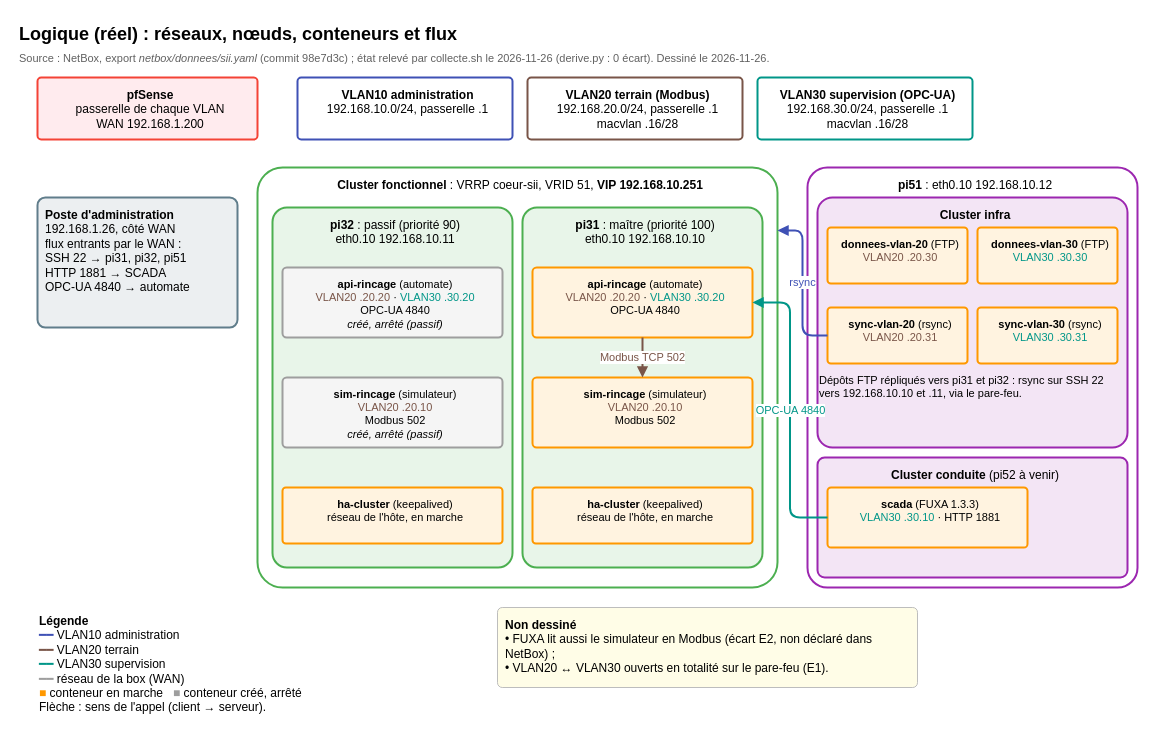
This is page "Logique (réel)" (2 of 3) of documentation/archi_plateforme.drawio from thibault-leblanc/sii, a draw.io file, before an edit. Source tidied: cells renumbered, new cells numbered last; positions are measured from the earlier drawing's top-left corner, leaving out a move shared by most shapes. Both pictures are drawn from the tidied source at 100%, with x=0, y=0 at pixel (17, 17).
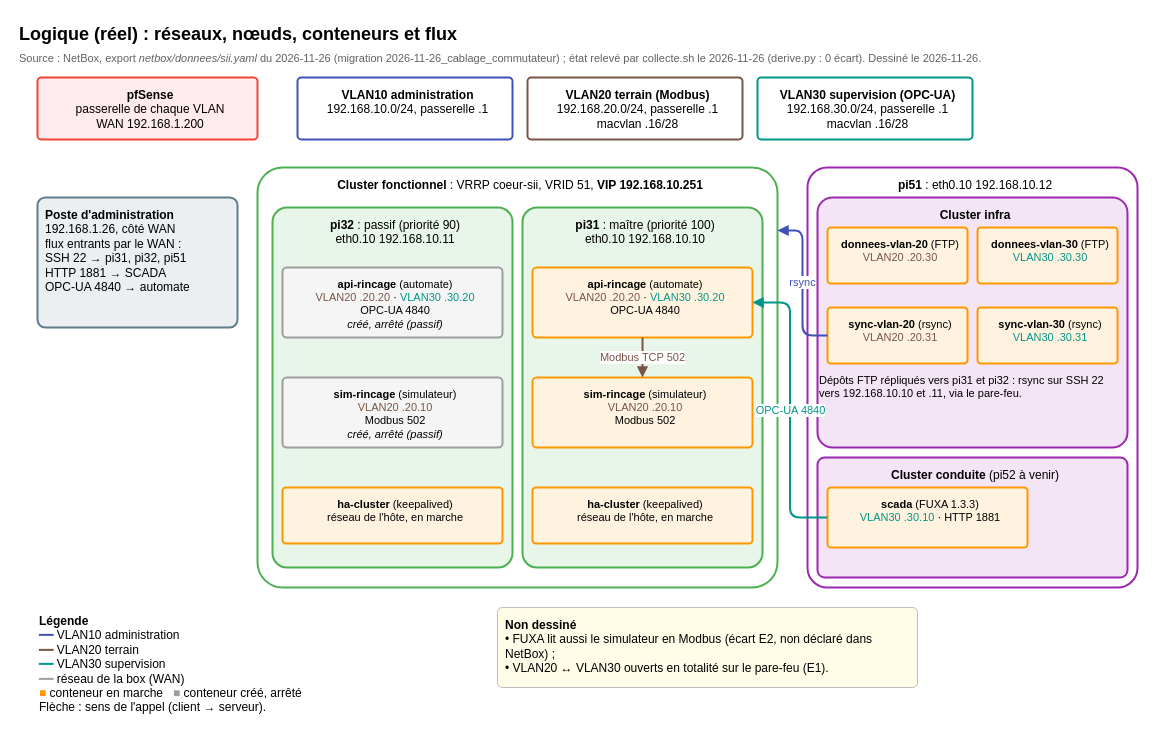
Above is the later version.

Commit message (it also covers changes not shown here):
NetBox : câblage du commutateur confirmé par l'administrateur

The edit, as a diff of the source:
```diff
@@
-    <mxCell id="3" value="Source : NetBox, export &lt;i&gt;netbox/donnees/sii.yaml&lt;/i&gt; (commit 98e7d3c) ; état relevé par collecte.sh le 2026-11-26 (derive.py : 0 écart). Dessiné le 2026-11-26." style="text;html=1;whiteSpace=wrap;align=left;verticalAlign=top;fontSize=11;fontColor=#616161;" parent="1" vertex="1">
+    <mxCell id="3" value="Source : NetBox, export &lt;i&gt;netbox/donnees/sii.yaml&lt;/i&gt; du 2026-11-26 (migration 2026-11-26_cablage_commutateur) ; état relevé par collecte.sh le 2026-11-26 (derive.py : 0 écart). Dessiné le 2026-11-26." style="text;html=1;whiteSpace=wrap;align=left;verticalAlign=top;fontSize=11;fontColor=#616161;" parent="1" vertex="1">
       <mxGeometry y="28" width="1120" height="20" as="geometry" />
     </mxCell>
```
